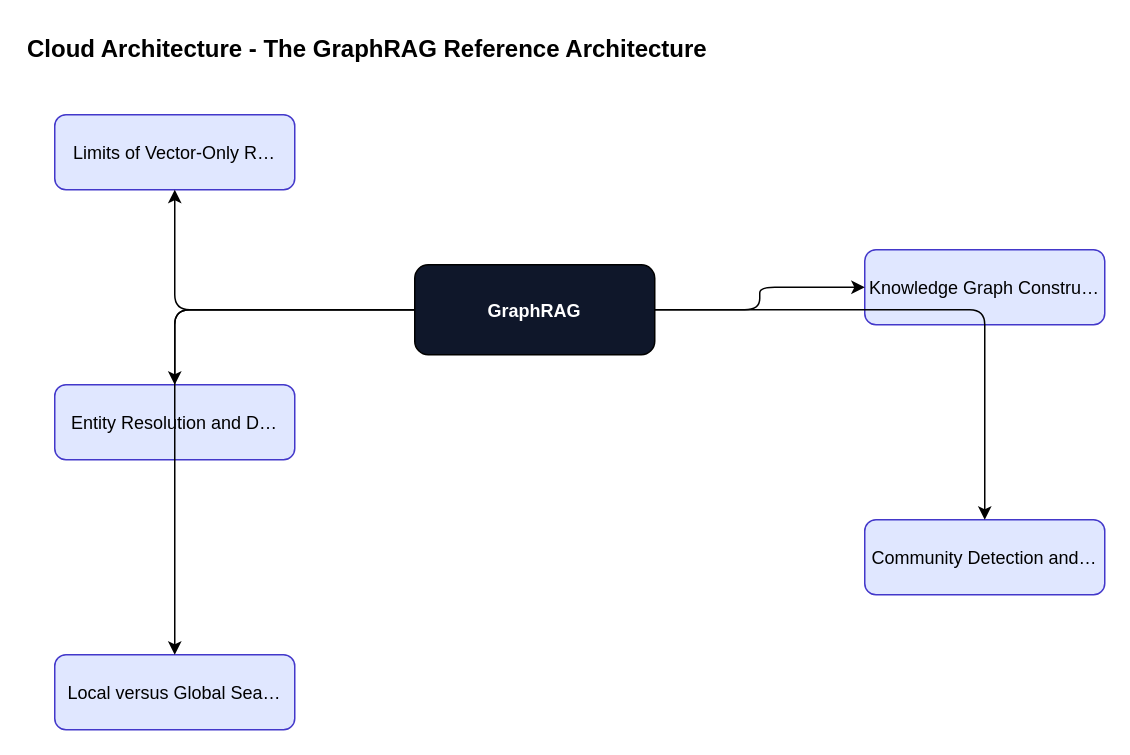
This is content/graphrag/graphrag-foundations/diagrams/fig-019-cloud-architecture.drawio from ankit05121980/AI-University, a draw.io file, before an edit. Source tidied: cells renumbered, new cells numbered last; positions are measured from the earlier drawing's top-left corner, leaving out a move shared by most shapes. Both pictures are drawn from the tidied source at 150%, with x=0, y=0 at pixel (24, 24).
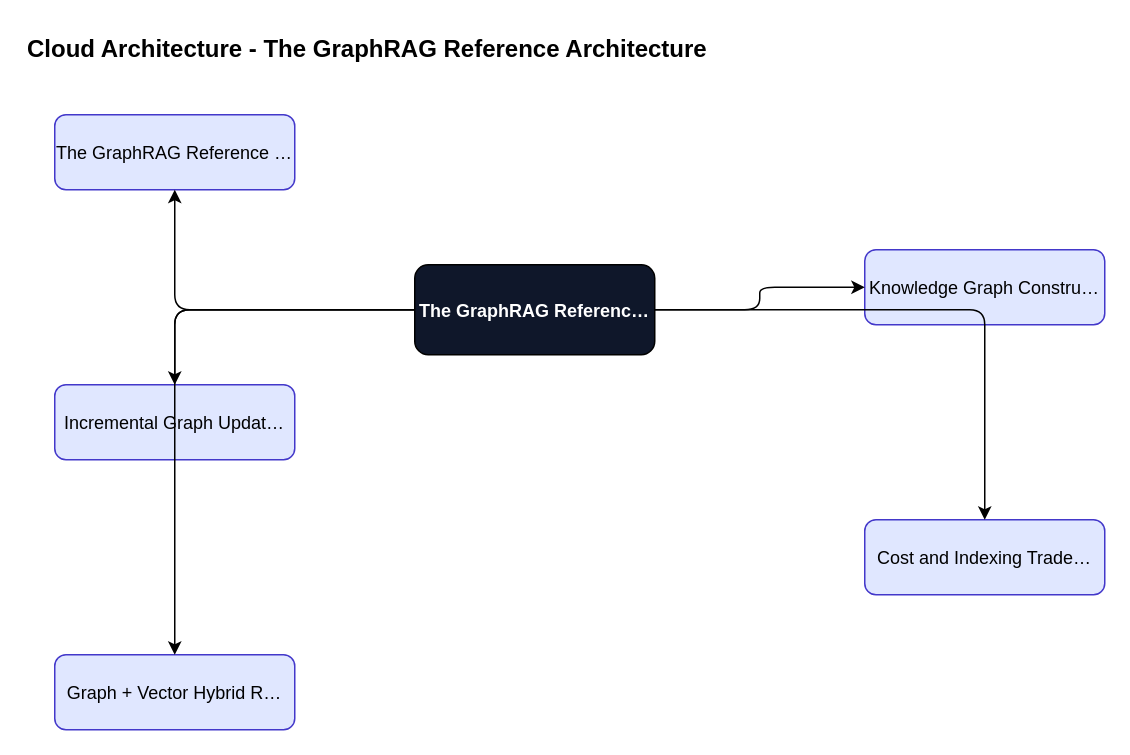
The same page after the edit.

Change to the diagram source:
```diff
@@
 <mxGraphModel>
   <root>
     <mxCell id="0" />
     <mxCell id="1" parent="0" />
     <mxCell id="2" value="Cloud Architecture - The GraphRAG Reference Architecture" style="text;fontSize=16;fontStyle=1;" parent="1" vertex="1">
       <mxGeometry width="600" height="30" as="geometry" />
     </mxCell>
-    <mxCell id="3" value="GraphRAG" style="rounded=1;fillColor=#0f172a;fontColor=#ffffff;fontStyle=1;" parent="1" vertex="1">
+    <mxCell id="3" value="The GraphRAG Referenc…" style="rounded=1;fillColor=#0f172a;fontColor=#ffffff;fontStyle=1;" parent="1" vertex="1">
       <mxGeometry x="260" y="160" width="160" height="60" as="geometry" />
     </mxCell>
-    <mxCell id="4" value="Limits of Vector-Only R…" style="rounded=1;fillColor=#e0e7ff;strokeColor=#4338ca;" parent="1" vertex="1">
+    <mxCell id="4" value="The GraphRAG Reference …" style="rounded=1;fillColor=#e0e7ff;strokeColor=#4338ca;" parent="1" vertex="1">
       <mxGeometry x="20" y="60" width="160" height="50" as="geometry" />
     </mxCell>
     <mxCell id="5" style="edgeStyle=orthogonalEdgeStyle;" parent="1" edge="1" source="3" target="4">
       <mxGeometry relative="1" as="geometry" />
     </mxCell>
     <mxCell id="6" value="Knowledge Graph Constru…" style="rounded=1;fillColor=#e0e7ff;strokeColor=#4338ca;" parent="1" vertex="1">
       <mxGeometry x="560" y="150" width="160" height="50" as="geometry" />
     </mxCell>
     <mxCell id="7" style="edgeStyle=orthogonalEdgeStyle;" parent="1" edge="1" source="3" target="6">
       <mxGeometry relative="1" as="geometry" />
     </mxCell>
-    <mxCell id="8" value="Entity Resolution and D…" style="rounded=1;fillColor=#e0e7ff;strokeColor=#4338ca;" parent="1" vertex="1">
+    <mxCell id="8" value="Incremental Graph Updat…" style="rounded=1;fillColor=#e0e7ff;strokeColor=#4338ca;" parent="1" vertex="1">
       <mxGeometry x="20" y="240" width="160" height="50" as="geometry" />
     </mxCell>
     <mxCell id="9" style="edgeStyle=orthogonalEdgeStyle;" parent="1" edge="1" source="3" target="8">
       <mxGeometry relative="1" as="geometry" />
     </mxCell>
-    <mxCell id="10" value="Community Detection and…" style="rounded=1;fillColor=#e0e7ff;strokeColor=#4338ca;" parent="1" vertex="1">
+    <mxCell id="10" value="Cost and Indexing Trade…" style="rounded=1;fillColor=#e0e7ff;strokeColor=#4338ca;" parent="1" vertex="1">
       <mxGeometry x="560" y="330" width="160" height="50" as="geometry" />
     </mxCell>
     <mxCell id="11" style="edgeStyle=orthogonalEdgeStyle;" parent="1" edge="1" source="3" target="10">
       <mxGeometry relative="1" as="geometry" />
     </mxCell>
-    <mxCell id="12" value="Local versus Global Sea…" style="rounded=1;fillColor=#e0e7ff;strokeColor=#4338ca;" parent="1" vertex="1">
+    <mxCell id="12" value="Graph + Vector Hybrid R…" style="rounded=1;fillColor=#e0e7ff;strokeColor=#4338ca;" parent="1" vertex="1">
       <mxGeometry x="20" y="420" width="160" height="50" as="geometry" />
     </mxCell>
     <mxCell id="13" style="edgeStyle=orthogonalEdgeStyle;" parent="1" edge="1" source="3" target="12">
       <mxGeometry relative="1" as="geometry" />
     </mxCell>
   </root>
 </mxGraphModel>
```
